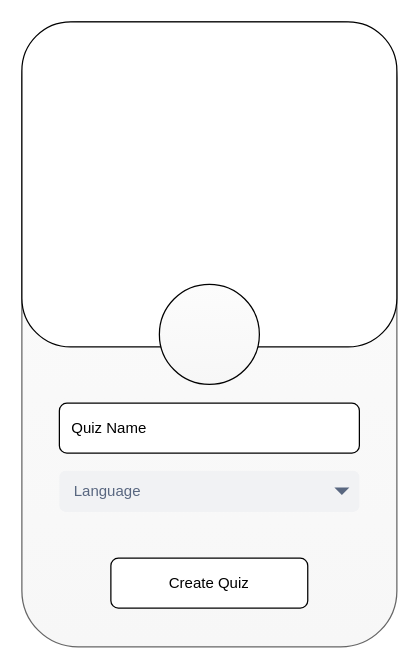
TBeeren/PubQuiz keeps this draw.io diagram as page "Create" (1 of 11) of assets/Master/Quiz_Master.drawio. Above is the earlier version. Source tidied: cells renumbered, new cells numbered last; positions are measured from the earlier drawing's top-left corner, leaving out a move shared by most shapes. Both pictures are drawn from the tidied source at 125%, with x=0, y=0 at pixel (21, 21).
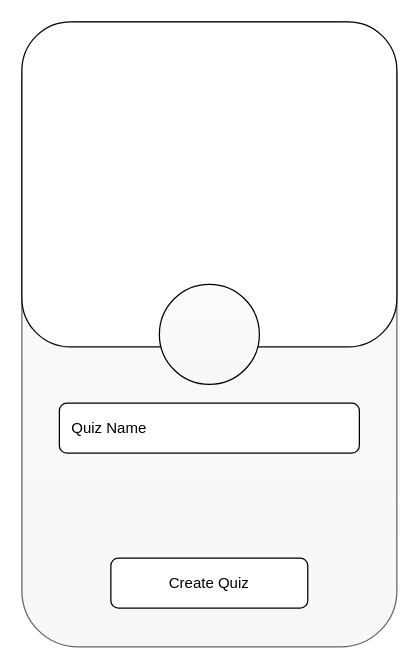
Above is the later version.

The edit, as a diff of the source:
```diff
@@
 <mxGraphModel>
   <root>
     <mxCell id="0" />
     <mxCell id="1" parent="0" />
     <mxCell id="2" style="whiteSpace=wrap;html=1;rounded=1;strokeColor=#666666;fillColor=#FCFCFC;gradientDirection=south;gradientColor=#F7F7F7;" parent="1" vertex="1">
       <mxGeometry width="300" height="500" as="geometry" />
     </mxCell>
     <mxCell id="3" style="rounded=1;whiteSpace=wrap;html=1;" parent="1" vertex="1">
       <mxGeometry width="300" height="260" as="geometry" />
     </mxCell>
     <mxCell id="4" style="rounded=1;whiteSpace=wrap;html=1;" parent="1" vertex="1">
       <mxGeometry x="71.2" y="429" width="157.5" height="40" as="geometry" />
     </mxCell>
     <mxCell id="5" value="Create Quiz" style="text;html=1;strokeColor=none;fillColor=none;align=center;verticalAlign=middle;whiteSpace=wrap;rounded=0;" parent="1" vertex="1">
       <mxGeometry x="110" y="439" width="80" height="20" as="geometry" />
     </mxCell>
     <mxCell id="6" style="rounded=1;whiteSpace=wrap;html=1;" parent="1" vertex="1">
       <mxGeometry x="30" y="305" width="240" height="40" as="geometry" />
     </mxCell>
     <mxCell id="7" value="Quiz Name" style="text;html=1;strokeColor=none;fillColor=none;align=center;verticalAlign=middle;whiteSpace=wrap;rounded=0;" parent="1" vertex="1">
       <mxGeometry x="30" y="315" width="80" height="20" as="geometry" />
     </mxCell>
-    <mxCell id="8" value="Language" style="rounded=1;fillColor=#F1F2F4;strokeColor=none;html=1;fontColor=#596780;align=left;fontSize=12;spacingLeft=10;" parent="1" vertex="1">
-      <mxGeometry x="30" y="359" width="240" height="33" as="geometry" />
-    </mxCell>
-    <mxCell id="9" style="shape=triangle;direction=south;fillColor=#596780;strokeColor=none;html=1;" parent="8" vertex="1">
-      <mxGeometry x="1" y="0.5" width="12" height="6" relative="1" as="geometry">
-        <mxPoint x="-20" y="-3" as="offset" />
-      </mxGeometry>
-    </mxCell>
     <mxCell id="10" style="ellipse;whiteSpace=wrap;html=1;rounded=1;shadow=0;glass=0;sketch=0;fillColor=#FCFCFC;gradientColor=#F7F7F7;" parent="1" vertex="1">
       <mxGeometry x="110" y="210" width="80" height="80" as="geometry" />
     </mxCell>
   </root>
 </mxGraphModel>
```
